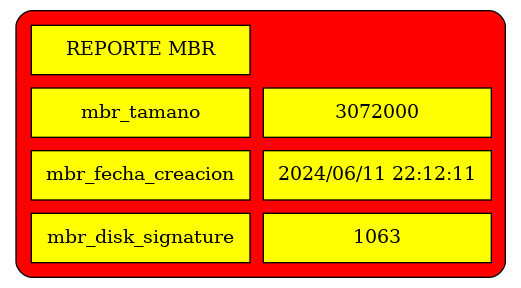
Earlier version of the Graphviz export Reportes/Images/reporteMbr.png (JulioFernandez99/P1_MIA_201902416). Its source is kept beside it as Reportes/Codigo/reporteMbr.dot.
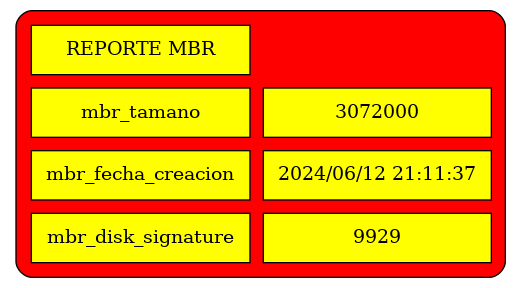
The same file after the commit.

Change to the diagram source:
```diff
@@ -9,11 +9,11 @@
   </TR>
   <TR>
   <TD bgcolor="yellow">mbr_fecha_creacion</TD>
-  <TD bgcolor="yellow">2024/06/11 22:12:11</TD>
+  <TD bgcolor="yellow">2024/06/12 21:11:37</TD>
   </TR>
   <TR>
   <TD bgcolor="yellow">mbr_disk_signature</TD>
-  <TD bgcolor="yellow">1063</TD>
+  <TD bgcolor="yellow">9929</TD>
   </TR>
 </TABLE>>];
 }
```
